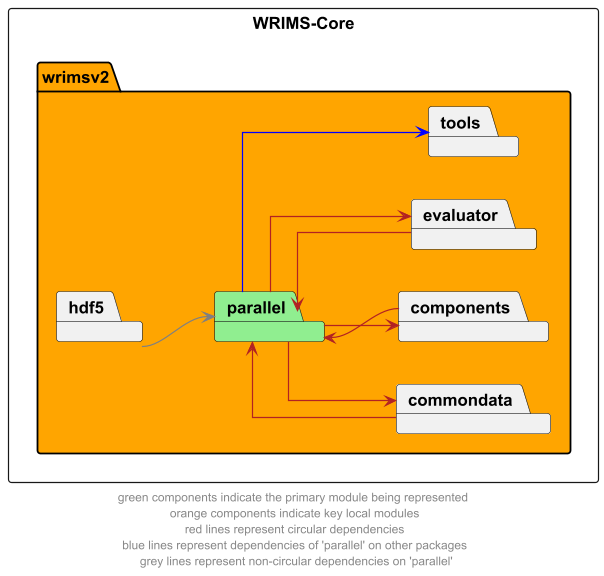
CentralValleyModeling/wrims keeps this PlantUML diagram as docs/diagrams/wrims-core/wrims-core_parallel.png. Above is the earlier version.
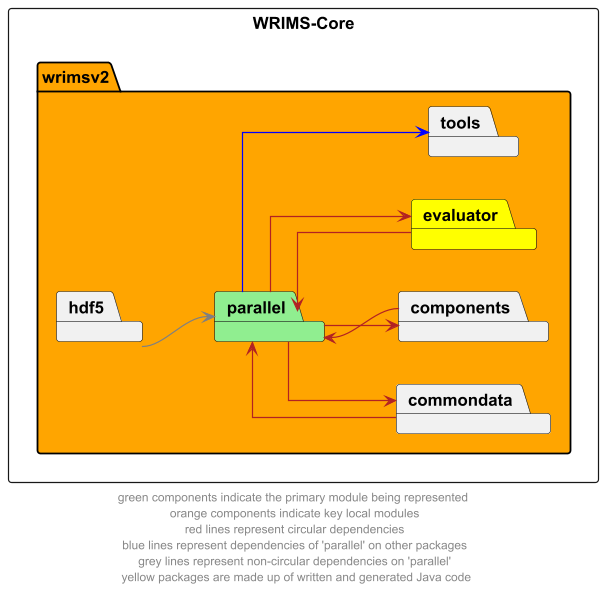
After the change.

The edit, as a diff of the source:
```diff
@@ -7,7 +7,7 @@
         package parallel #lightgreen
         package commondata
         package components
-        package evaluator
+        package evaluator #yellow
         package tools
         package hdf5
     }
@@ -24,5 +24,5 @@
 parallel -->  tools #blue
 
 
-footer "green components indicate the primary module being represented \n orange components indicate key local modules \n red lines represent circular dependencies \n blue lines represent dependencies of 'parallel' on other packages \n grey lines represent non-circular dependencies on 'parallel'"
+footer "green components indicate the primary module being represented \n orange components indicate key local modules \n red lines represent circular dependencies \n blue lines represent dependencies of 'parallel' on other packages \n grey lines represent non-circular dependencies on 'parallel' \n yellow packages are made up of written and generated Java code"
 @enduml
```
